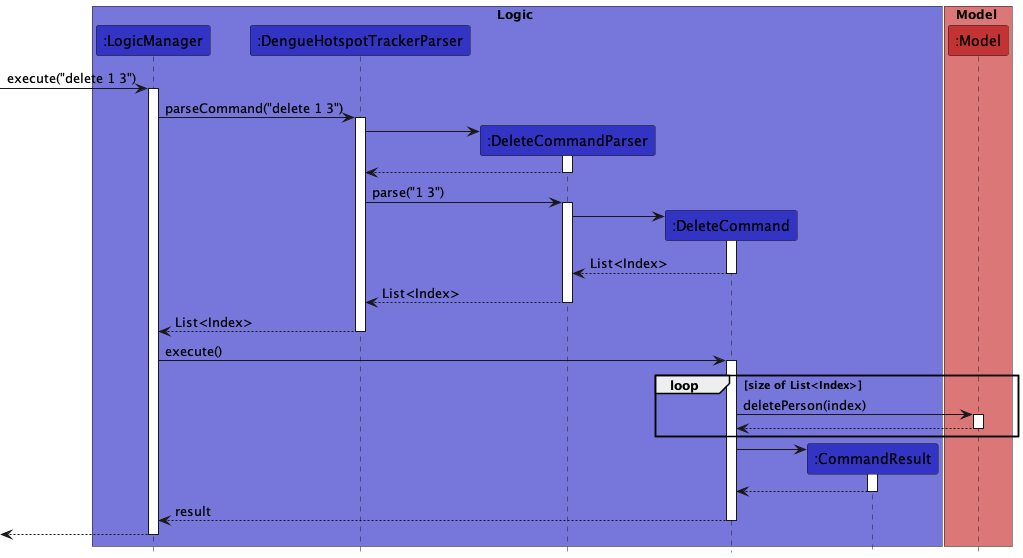
Before: docs/images/DeleteMultiIndexSequenceDiagram.png, a diagram exported from PlantUML (nus-cs2103-AY2223S2/tp).
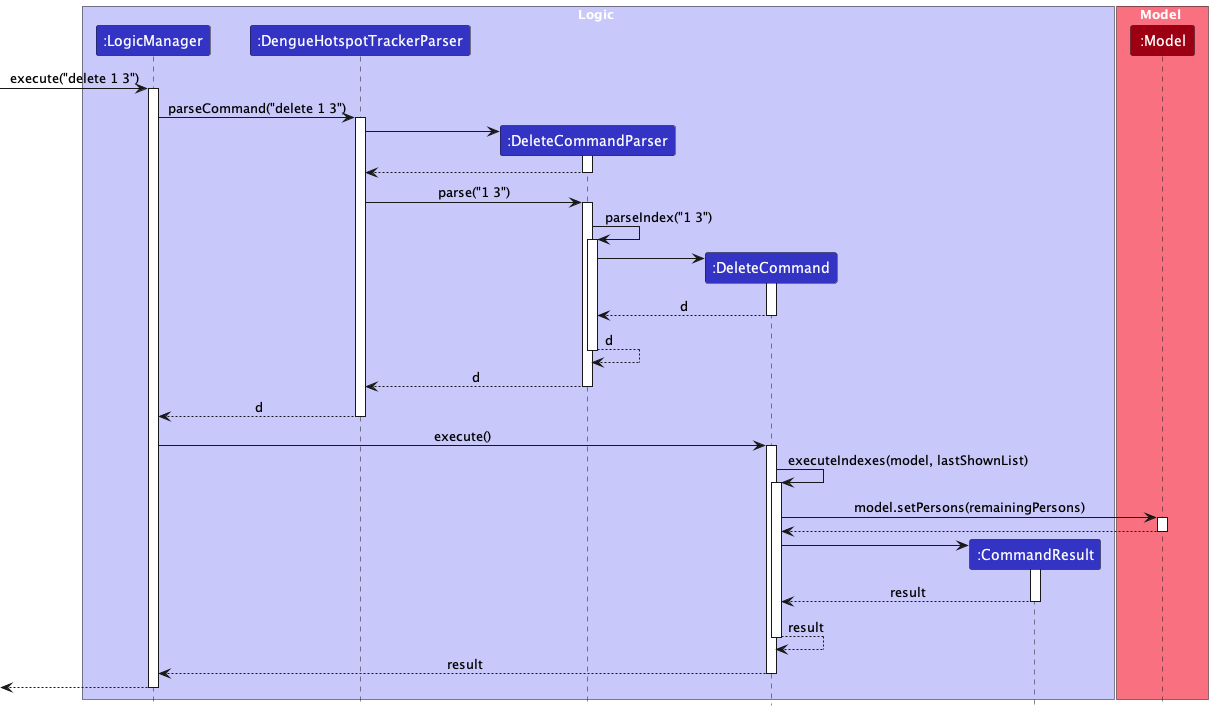
The same diagram one commit later.

Diff of the diagram source:
```diff
@@ -1,13 +1,6 @@
 @startuml
+!include style.puml
 hide footbox
-
-!define LOGIC_COLOR #3333C4
-!define LOGIC_COLOR_T1 #7777DB
-!define LOGIC_COLOR_T2 #5252CE
-!define LOGIC_COLOR_T3 #1616B0
-!define LOGIC_COLOR_T4 #101086
-!define MODEL_COLOR #C43333
-!define MODEL_COLOR_T1 #DB7777
 
 box Logic LOGIC_COLOR_T1
 participant ":LogicManager" as LogicManager LOGIC_COLOR
@@ -37,36 +30,46 @@
 DengueHotspotTrackerParser -> DeleteCommandParser : parse("1 3")
 activate DeleteCommandParser
 
+DeleteCommandParser -> DeleteCommandParser : parseIndex("1 3")
+activate DeleteCommandParser
+
 create DeleteCommand
 DeleteCommandParser -> DeleteCommand
 activate DeleteCommand
 
-DeleteCommand --> DeleteCommandParser : List<Index>
+DeleteCommand --> DeleteCommandParser : d
 deactivate DeleteCommand
 
-DeleteCommandParser --> DengueHotspotTrackerParser : List<Index>
+DeleteCommandParser --> DeleteCommandParser : d
 deactivate DeleteCommandParser
 
-DengueHotspotTrackerParser --> LogicManager : List<Index>
+DeleteCommandParser --> DengueHotspotTrackerParser : d
+deactivate DeleteCommandParser
+
+DengueHotspotTrackerParser --> LogicManager : d
 deactivate DengueHotspotTrackerParser
 
 LogicManager -> DeleteCommand : execute()
 activate DeleteCommand
 
-loop size of List<Index>
-DeleteCommand -> Model : deletePerson(index)
+DeleteCommand -> DeleteCommand : executeIndexes(model, lastShownList)
+activate DeleteCommand
+
+DeleteCommand -> Model : model.setPersons(remainingPersons)
 activate Model
 
 Model --> DeleteCommand
 deactivate Model
-end
 
 create CommandResult
 DeleteCommand -> CommandResult
 activate CommandResult
 
-CommandResult --> DeleteCommand
+CommandResult --> DeleteCommand : result
 deactivate CommandResult
+
+DeleteCommand --> DeleteCommand : result
+deactivate DeleteCommand
 
 DeleteCommand --> LogicManager : result
 deactivate DeleteCommand
```
